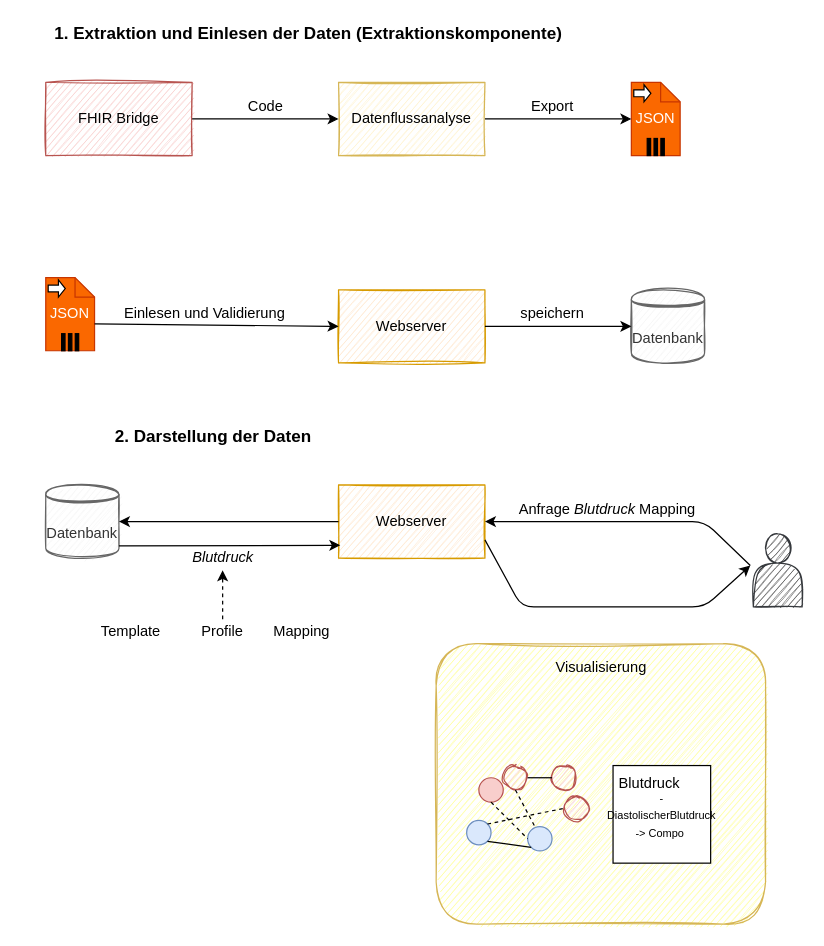
The draw.io diagram MaKonzept.drawio in jsachau/drawio, before the edit. Source tidied: cells renumbered, new cells numbered last; positions are measured from the earlier drawing's top-left corner, leaving out a move shared by most shapes. Both pictures are drawn from the tidied source at 122%, with x=0, y=0 at pixel (45, 21).
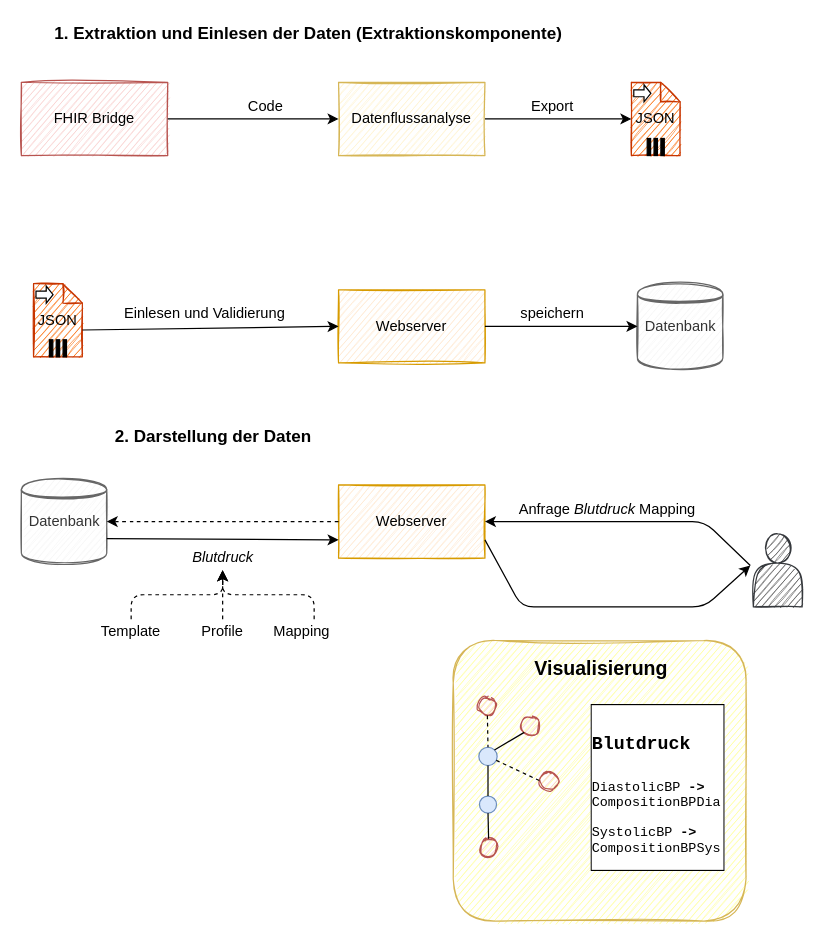
The same page after the edit.

The change refers to these unchanged cells:
```xml
<mxCell id="8" value="Webserver" style="rounded=0;whiteSpace=wrap;html=1;fillColor=#ffe6cc;strokeColor=#d79b00;sketch=1;shadow=0;glass=0;" parent="1" vertex="1">
  <mxGeometry x="240" y="380" width="120" height="60" as="geometry" />
</mxCell>
<mxCell id="47" value="Template" style="text;html=1;strokeColor=none;fillColor=none;align=center;verticalAlign=middle;whiteSpace=wrap;rounded=0;" parent="1" vertex="1">
  <mxGeometry x="50" y="490" width="40" height="20" as="geometry" />
</mxCell>
<mxCell id="50" value="Mapping" style="text;html=1;strokeColor=none;fillColor=none;align=center;verticalAlign=middle;whiteSpace=wrap;rounded=0;" parent="1" vertex="1">
  <mxGeometry x="190" y="490" width="40" height="20" as="geometry" />
</mxCell>
```

Diff of the diagram source:
```diff
@@
+    <mxCell id="51" style="edgeStyle=segmentEdgeStyle;endArrow=classic;html=1;dashed=1;" parent="1" edge="1" source="50" target="28">
+      <mxGeometry relative="1" as="geometry">
+        <Array as="points">
+          <mxPoint x="220" y="470" />
+          <mxPoint x="145" y="470" />
+        </Array>
+      </mxGeometry>
+    </mxCell>
     <mxCell id="2" value="FHIR Bridge" style="rounded=0;whiteSpace=wrap;html=1;fillColor=#f8cecc;strokeColor=#b85450;sketch=1;" parent="1" vertex="1">
-      <mxGeometry y="50" width="120" height="60" as="geometry" />
+      <mxGeometry x="-20" y="50" width="120" height="60" as="geometry" />
     </mxCell>
@@
-    <mxCell id="4" value="JSON" style="shape=note;whiteSpace=wrap;size=16;html=1;fillColor=#fa6800;strokeColor=#C73500;fontColor=#ffffff;sketch=0;" parent="1" vertex="1">
+    <mxCell id="4" value="&lt;font color=&quot;#000000&quot;&gt;JSON&lt;/font&gt;" style="shape=note;whiteSpace=wrap;size=16;html=1;fillColor=#fa6800;strokeColor=#C73500;fontColor=#ffffff;sketch=1;" parent="1" vertex="1">
       <mxGeometry x="480" y="50" width="40" height="60" as="geometry" />
     </mxCell>
@@
-    <mxCell id="7" value="Datenbank" style="shape=datastore;whiteSpace=wrap;html=1;fillColor=#f5f5f5;strokeColor=#666666;fontColor=#333333;sketch=1;" parent="1" vertex="1">
-      <mxGeometry y="380" width="60" height="60" as="geometry" />
+    <mxCell id="7" style="shape=datastore;whiteSpace=wrap;html=1;fillColor=#f5f5f5;strokeColor=#666666;fontColor=#333333;sketch=1;" parent="1" vertex="1">
+      <mxGeometry x="-20" y="375" width="70" height="70" as="geometry" />
     </mxCell>
@@
-    <mxCell id="9" value="JSON" style="shape=note;whiteSpace=wrap;size=16;html=1;fillColor=#fa6800;strokeColor=#C73500;fontColor=#ffffff;" parent="1" vertex="1">
-      <mxGeometry y="210" width="40" height="60" as="geometry" />
+    <mxCell id="9" value="&lt;font color=&quot;#000000&quot;&gt;JSON&lt;/font&gt;" style="shape=note;whiteSpace=wrap;size=16;html=1;fillColor=#fa6800;strokeColor=#C73500;fontColor=#ffffff;sketch=1;" parent="1" vertex="1">
+      <mxGeometry x="-10" y="215" width="40" height="60" as="geometry" />
     </mxCell>
@@
-    <mxCell id="13" value="Datenbank" style="shape=datastore;whiteSpace=wrap;html=1;fillColor=#f5f5f5;strokeColor=#666666;fontColor=#333333;sketch=1;" parent="1" vertex="1">
-      <mxGeometry x="480" y="220" width="60" height="60" as="geometry" />
+    <mxCell id="13" style="shape=datastore;whiteSpace=wrap;html=1;fillColor=#f5f5f5;strokeColor=#666666;fontColor=#333333;sketch=1;" parent="1" vertex="1">
+      <mxGeometry x="485" y="215" width="70" height="70" as="geometry" />
     </mxCell>
@@
-    <mxCell id="20" style="endArrow=classic;html=1;exitX=0;exitY=0.5;exitDx=0;exitDy=0;entryX=1;entryY=0.5;entryDx=0;entryDy=0;" parent="1" edge="1" source="8" target="7">
-      <mxGeometry relative="1" as="geometry" />
+    <mxCell id="20" style="endArrow=classic;html=1;exitX=0;exitY=0.5;exitDx=0;exitDy=0;entryX=1;entryY=0.5;entryDx=0;entryDy=0;dashed=1;startArrow=none;startFill=0;endFill=1;edgeStyle=orthogonalEdgeStyle;curved=1;" parent="1" edge="1" source="8" target="7">
+      <mxGeometry relative="1" as="geometry">
+        <Array as="points">
+          <mxPoint x="100" y="410" />
+          <mxPoint x="100" y="410" />
+        </Array>
+      </mxGeometry>
     </mxCell>
-    <mxCell id="21" style="endArrow=classic;html=1;exitX=1;exitY=0.833;exitDx=0;exitDy=0;exitPerimeter=0;entryX=0.012;entryY=0.824;entryDx=0;entryDy=0;entryPerimeter=0;" parent="1" edge="1" source="7" target="8">
+    <mxCell id="21" style="endArrow=classic;html=1;exitX=1;exitY=0.7;exitDx=0;exitDy=0;entryX=0;entryY=0.75;entryDx=0;entryDy=0;" parent="1" edge="1" source="7" target="8">
       <mxGeometry relative="1" as="geometry" />
     </mxCell>
@@
-    <mxCell id="28" value="&lt;i&gt;Blutdruck&lt;br&gt;&lt;/i&gt;" style="text;html=1;align=center;verticalAlign=middle;points=[];" parent="1" vertex="1">
+    <mxCell id="28" value="&lt;i&gt;&lt;span style=&quot;&quot;&gt;Blutdruck&lt;/span&gt;&lt;br&gt;&lt;/i&gt;" style="text;html=1;align=center;verticalAlign=middle;points=[];labelBackgroundColor=#ffffff;" parent="1" vertex="1">
       <mxGeometry x="110" y="430" width="70" height="20" as="geometry" />
     </mxCell>
@@
     <mxCell id="31" style="rounded=1;whiteSpace=wrap;html=1;strokeColor=#d6b656;fillColor=#FFFF99;sketch=1;" parent="1" vertex="1">
-      <mxGeometry x="320" y="510" width="270" height="230" as="geometry" />
+      <mxGeometry x="334" y="507.5" width="240" height="230" as="geometry" />
     </mxCell>
-    <mxCell id="32" style="ellipse;whiteSpace=wrap;html=1;fillColor=#f8cecc;strokeColor=#b85450;" parent="1" vertex="1">
-      <mxGeometry x="355" y="620" width="20" height="20" as="geometry" />
+    <mxCell id="32" style="ellipse;whiteSpace=wrap;html=1;fillColor=#f8cecc;strokeColor=#b85450;sketch=1;" parent="1" vertex="1">
+      <mxGeometry x="355.5" y="670" width="15" height="15" as="geometry" />
     </mxCell>
     <mxCell id="33" style="ellipse;whiteSpace=wrap;html=1;fillColor=#f8cecc;strokeColor=#b85450;sketch=1;" parent="1" vertex="1">
-      <mxGeometry x="375" y="610" width="20" height="20" as="geometry" />
+      <mxGeometry x="354.5" y="554" width="15" height="15" as="geometry" />
     </mxCell>
     <mxCell id="34" style="ellipse;whiteSpace=wrap;html=1;fillColor=#f8cecc;strokeColor=#b85450;sketch=1;" parent="1" vertex="1">
-      <mxGeometry x="425" y="635" width="20" height="20" as="geometry" />
+      <mxGeometry x="405" y="615" width="15" height="15" as="geometry" />
     </mxCell>
     <mxCell id="35" style="ellipse;whiteSpace=wrap;html=1;fillColor=#f8cecc;strokeColor=#b85450;sketch=1;" parent="1" vertex="1">
-      <mxGeometry x="415" y="610" width="20" height="20" as="geometry" />
+      <mxGeometry x="390" y="570" width="15" height="15" as="geometry" />
     </mxCell>
     <mxCell id="36" style="ellipse;whiteSpace=wrap;html=1;fillColor=#dae8fc;strokeColor=#6c8ebf;" parent="1" vertex="1">
-      <mxGeometry x="395" y="660" width="20" height="20" as="geometry" />
+      <mxGeometry x="355" y="595" width="15" height="15" as="geometry" />
     </mxCell>
     <mxCell id="37" style="ellipse;whiteSpace=wrap;html=1;fillColor=#dae8fc;strokeColor=#6c8ebf;" parent="1" vertex="1">
-      <mxGeometry x="345" y="655" width="20" height="20" as="geometry" />
+      <mxGeometry x="355.5" y="635" width="14" height="14" as="geometry" />
     </mxCell>
-    <mxCell id="38" style="endArrow=none;html=1;exitX=0.5;exitY=1;exitDx=0;exitDy=0;entryX=0.286;entryY=-0.014;entryDx=0;entryDy=0;entryPerimeter=0;dashed=1;" parent="1" edge="1" source="33" target="36">
+    <mxCell id="38" style="endArrow=none;html=1;exitX=0.5;exitY=1;exitDx=0;exitDy=0;entryX=0.5;entryY=0;entryDx=0;entryDy=0;dashed=1;" parent="1" edge="1" source="33" target="36">
       <mxGeometry relative="1" as="geometry" />
     </mxCell>
-    <mxCell id="39" style="endArrow=none;html=1;exitX=0.5;exitY=1;exitDx=0;exitDy=0;entryX=0;entryY=0.5;entryDx=0;entryDy=0;dashed=1;" parent="1" edge="1" source="32" target="36">
+    <mxCell id="39" style="endArrow=none;html=1;exitX=0.5;exitY=0;exitDx=0;exitDy=0;entryX=0.5;entryY=1;entryDx=0;entryDy=0;" parent="1" edge="1" source="32" target="37">
       <mxGeometry relative="1" as="geometry" />
     </mxCell>
-    <mxCell id="40" style="endArrow=none;html=1;exitX=1;exitY=1;exitDx=0;exitDy=0;entryX=0;entryY=1;entryDx=0;entryDy=0;" parent="1" edge="1" source="37" target="36">
+    <mxCell id="40" style="endArrow=none;html=1;entryX=0.5;entryY=1;entryDx=0;entryDy=0;exitX=0.5;exitY=0;exitDx=0;exitDy=0;" parent="1" edge="1" source="37" target="36">
       <mxGeometry relative="1" as="geometry" />
     </mxCell>
-    <mxCell id="41" style="endArrow=none;html=1;entryX=1;entryY=0.5;entryDx=0;entryDy=0;" parent="1" edge="1" target="33">
-      <mxGeometry relative="1" as="geometry">
-        <mxPoint x="415" y="620" as="sourcePoint" />
-      </mxGeometry>
+    <mxCell id="41" style="endArrow=none;html=1;entryX=1;entryY=0;entryDx=0;entryDy=0;exitX=0;exitY=1;exitDx=0;exitDy=0;" parent="1" edge="1" source="35" target="36">
+      <mxGeometry relative="1" as="geometry" />
     </mxCell>
-    <mxCell id="42" style="endArrow=none;html=1;entryX=0;entryY=0.5;entryDx=0;entryDy=0;exitX=1;exitY=0;exitDx=0;exitDy=0;dashed=1;" parent="1" edge="1" source="37" target="34">
+    <mxCell id="42" style="endArrow=none;html=1;entryX=0;entryY=0.5;entryDx=0;entryDy=0;dashed=1;" parent="1" edge="1" source="36" target="34">
       <mxGeometry relative="1" as="geometry" />
     </mxCell>
-    <mxCell id="43" style="whiteSpace=wrap;html=1;" parent="1" vertex="1">
-      <mxGeometry x="465" y="610" width="80" height="80" as="geometry" />
-    </mxCell>
-    <mxCell id="44" value="Blutdruck" style="text;html=1;strokeColor=none;fillColor=none;align=center;verticalAlign=middle;whiteSpace=wrap;rounded=0;" parent="1" vertex="1">
-      <mxGeometry x="475" y="615" width="40" height="20" as="geometry" />
-    </mxCell>
-    <mxCell id="45" value="&lt;span style=&quot;font-size: 9px&quot;&gt;- DiastolischerBlutdruck&lt;br&gt;-&amp;gt; Compo&amp;nbsp;&lt;/span&gt;" style="text;html=1;strokeColor=none;fillColor=none;align=center;verticalAlign=middle;whiteSpace=wrap;rounded=0;" parent="1" vertex="1">
-      <mxGeometry x="485" y="640" width="40" height="20" as="geometry" />
-    </mxCell>
-    <mxCell id="46" value="Visualisierung" style="text;html=1;align=center;verticalAlign=middle;" parent="1" vertex="1">
-      <mxGeometry x="410" y="520" width="90" height="20" as="geometry" />
+    <mxCell id="46" value="&lt;b&gt;&lt;font style=&quot;font-size: 16px&quot;&gt;Visualisierung&lt;/font&gt;&lt;/b&gt;" style="text;html=1;align=center;verticalAlign=middle;" parent="1" vertex="1">
+      <mxGeometry x="395" y="520" width="120" height="20" as="geometry" />
     </mxCell>
@@
+    <mxCell id="52" value="&lt;span style=&quot;color: rgb(51 , 51 , 51)&quot;&gt;Datenbank&lt;/span&gt;" style="text;html=1;align=center;verticalAlign=middle;" parent="1" vertex="1">
+      <mxGeometry x="485" y="240" width="70" height="20" as="geometry" />
+    </mxCell>
+    <mxCell id="53" value="&lt;span style=&quot;color: rgb(51 , 51 , 51)&quot;&gt;Datenbank&lt;/span&gt;" style="text;html=1;align=center;verticalAlign=middle;" parent="1" vertex="1">
+      <mxGeometry x="-20" y="400" width="70" height="20" as="geometry" />
+    </mxCell>
+    <mxCell id="54" style="edgeStyle=segmentEdgeStyle;endArrow=classic;html=1;dashed=1;exitX=0.5;exitY=0;exitDx=0;exitDy=0;" parent="1" edge="1" source="47" target="28">
+      <mxGeometry relative="1" as="geometry">
+        <Array as="points">
+          <mxPoint x="70" y="470" />
+          <mxPoint x="145" y="470" />
+        </Array>
+      </mxGeometry>
+    </mxCell>
+    <mxCell id="55" value="&lt;h1&gt;&lt;font style=&quot;font-size: 15px&quot;&gt;Blutdruck&lt;/font&gt;&lt;/h1&gt;&lt;p style=&quot;font-size: 11px&quot;&gt;&lt;font style=&quot;font-size: 11px&quot;&gt;DiastolicBP &lt;b&gt;-&amp;gt;&lt;/b&gt; CompositionBPDia&lt;/font&gt;&lt;/p&gt;&lt;p style=&quot;font-size: 11px&quot;&gt;&lt;font style=&quot;font-size: 11px&quot;&gt;SystolicBP &lt;b&gt;-&amp;gt;&lt;/b&gt; CompositionBPSys&lt;/font&gt;&lt;/p&gt;" style="text;html=1;strokeColor=none;fillColor=none;spacing=5;spacingTop=-20;overflow=hidden;rounded=0;labelBackgroundColor=#ffffff;sketch=0;shadow=0;whiteSpace=wrap;labelBorderColor=#000000;horizontal=1;verticalAlign=middle;fontFamily=Courier New;" parent="1" vertex="1">
+      <mxGeometry x="442" y="568" width="118" height="140.1" as="geometry" />
+    </mxCell>
```
